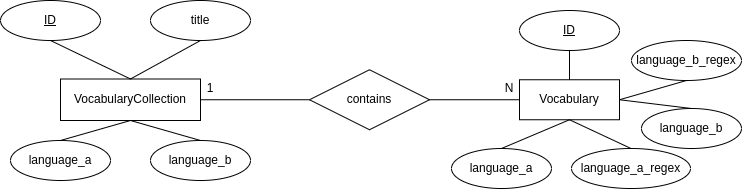
Before: ERM.png, a diagram exported from draw.io (FunProgramer/vocabulary-trainer-app). Source tidied: cells renumbered, new cells last; positions are measured from the earlier drawing's top-left corner, leaving out a move shared by most shapes.
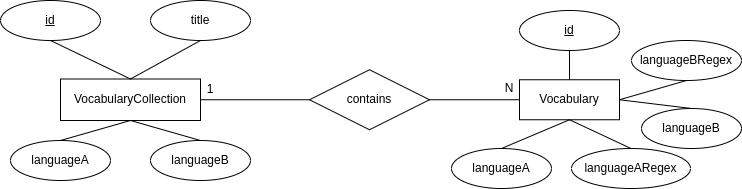
After the change.

Diff of the diagram source:
```diff
@@ -5,7 +5,7 @@
     <mxCell id="2" value="VocabularyCollection" style="whiteSpace=wrap;html=1;align=center;" parent="1" vertex="1">
       <mxGeometry x="60" y="78.5" width="140" height="41.5" as="geometry" />
     </mxCell>
-    <mxCell id="3" value="ID" style="ellipse;whiteSpace=wrap;html=1;align=center;fontStyle=4;" parent="1" vertex="1">
+    <mxCell id="3" value="id" style="ellipse;whiteSpace=wrap;html=1;align=center;fontStyle=4;" parent="1" vertex="1">
       <mxGeometry width="100" height="40" as="geometry" />
     </mxCell>
     <mxCell id="4" value="title" style="ellipse;whiteSpace=wrap;html=1;align=center;" parent="1" vertex="1">
@@ -17,10 +17,10 @@
     <mxCell id="6" style="endArrow=none;html=1;rounded=0;entryX=0.5;entryY=0;entryDx=0;entryDy=0;exitX=0.5;exitY=1;exitDx=0;exitDy=0;" parent="1" edge="1" source="4" target="2">
       <mxGeometry relative="1" as="geometry" />
     </mxCell>
-    <mxCell id="7" value="language_a" style="ellipse;whiteSpace=wrap;html=1;align=center;" parent="1" vertex="1">
+    <mxCell id="7" value="languageA" style="ellipse;whiteSpace=wrap;html=1;align=center;" parent="1" vertex="1">
       <mxGeometry x="10" y="140" width="100" height="40" as="geometry" />
     </mxCell>
-    <mxCell id="8" value="language_b" style="ellipse;whiteSpace=wrap;html=1;align=center;" parent="1" vertex="1">
+    <mxCell id="8" value="languageB" style="ellipse;whiteSpace=wrap;html=1;align=center;" parent="1" vertex="1">
       <mxGeometry x="150" y="140" width="100" height="40" as="geometry" />
     </mxCell>
     <mxCell id="9" style="endArrow=none;html=1;rounded=0;exitX=0.5;exitY=1;exitDx=0;exitDy=0;entryX=0.5;entryY=0;entryDx=0;entryDy=0;" parent="1" edge="1" source="2" target="7">
@@ -41,7 +41,7 @@
     <mxCell id="14" value="1" style="text;html=1;strokeColor=none;fillColor=none;align=center;verticalAlign=middle;whiteSpace=wrap;rounded=0;" parent="1" vertex="1">
       <mxGeometry x="200" y="78.5" width="20" height="20" as="geometry" />
     </mxCell>
-    <mxCell id="15" value="ID" style="ellipse;whiteSpace=wrap;html=1;align=center;fontStyle=4;" parent="1" vertex="1">
+    <mxCell id="15" value="id" style="ellipse;whiteSpace=wrap;html=1;align=center;fontStyle=4;" parent="1" vertex="1">
       <mxGeometry x="519" y="10" width="100" height="40" as="geometry" />
     </mxCell>
     <mxCell id="16" style="endArrow=none;html=1;rounded=0;exitX=0.5;exitY=1;exitDx=0;exitDy=0;entryX=0.5;entryY=0;entryDx=0;entryDy=0;" parent="1" edge="1" source="15" target="11">
@@ -53,10 +53,10 @@
     <mxCell id="18" style="endArrow=none;html=1;rounded=0;exitX=1;exitY=0.5;exitDx=0;exitDy=0;entryX=0;entryY=0.5;entryDx=0;entryDy=0;" parent="1" edge="1" source="17" target="11">
       <mxGeometry relative="1" as="geometry" />
     </mxCell>
-    <mxCell id="19" value="language_a_regex" style="ellipse;whiteSpace=wrap;html=1;align=center;" parent="1" vertex="1">
+    <mxCell id="19" value="languageARegex" style="ellipse;whiteSpace=wrap;html=1;align=center;" parent="1" vertex="1">
       <mxGeometry x="571" y="148" width="119" height="40" as="geometry" />
     </mxCell>
-    <mxCell id="20" value="language_b_regex" style="ellipse;whiteSpace=wrap;html=1;align=center;" parent="1" vertex="1">
+    <mxCell id="20" value="languageBRegex" style="ellipse;whiteSpace=wrap;html=1;align=center;" parent="1" vertex="1">
       <mxGeometry x="631" y="40" width="110" height="40" as="geometry" />
     </mxCell>
     <mxCell id="21" style="endArrow=none;html=1;rounded=0;exitX=0.5;exitY=0;exitDx=0;exitDy=0;entryX=0.5;entryY=1;entryDx=0;entryDy=0;" parent="1" edge="1" source="19" target="11">
@@ -65,13 +65,13 @@
     <mxCell id="22" style="endArrow=none;html=1;rounded=0;exitX=0.5;exitY=1;exitDx=0;exitDy=0;entryX=1;entryY=0.5;entryDx=0;entryDy=0;" parent="1" edge="1" source="20" target="11">
       <mxGeometry relative="1" as="geometry" />
     </mxCell>
-    <mxCell id="23" value="language_a" style="ellipse;whiteSpace=wrap;html=1;align=center;" parent="1" vertex="1">
+    <mxCell id="23" value="languageA" style="ellipse;whiteSpace=wrap;html=1;align=center;" parent="1" vertex="1">
       <mxGeometry x="451" y="148" width="100" height="40" as="geometry" />
     </mxCell>
     <mxCell id="24" style="endArrow=none;html=1;rounded=0;exitX=0.5;exitY=0;exitDx=0;exitDy=0;entryX=0.5;entryY=1;entryDx=0;entryDy=0;" parent="1" edge="1" source="23" target="11">
       <mxGeometry relative="1" as="geometry" />
     </mxCell>
-    <mxCell id="25" value="language_b" style="ellipse;whiteSpace=wrap;html=1;align=center;" parent="1" vertex="1">
+    <mxCell id="25" value="languageB" style="ellipse;whiteSpace=wrap;html=1;align=center;" parent="1" vertex="1">
       <mxGeometry x="641" y="108" width="100" height="40" as="geometry" />
     </mxCell>
     <mxCell id="26" style="endArrow=none;html=1;rounded=0;exitX=1;exitY=0.5;exitDx=0;exitDy=0;entryX=0.5;entryY=0;entryDx=0;entryDy=0;" parent="1" edge="1" source="11" target="25">
```
